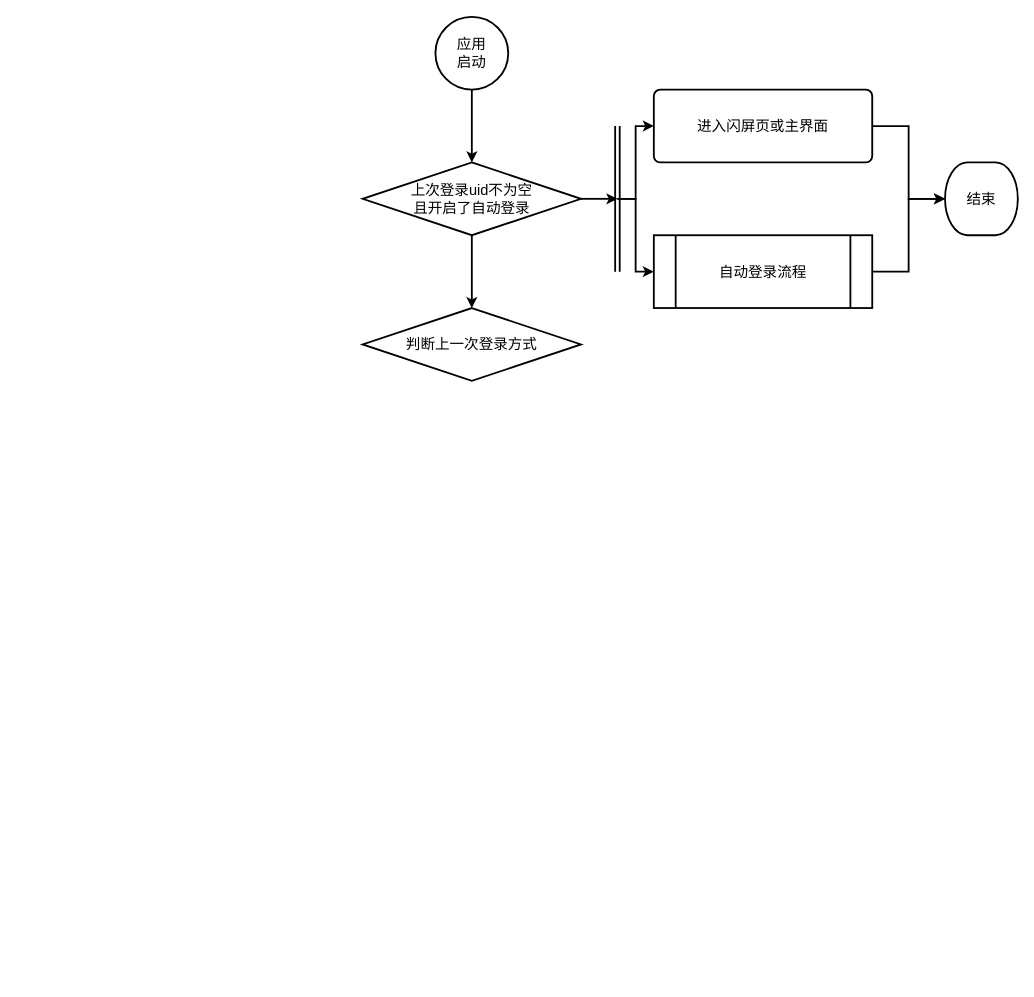
This is 登录梳理 - 保证核心.drawio from Cmdone/Draw.io, a draw.io file, before an edit. Source tidied: cells renumbered, new cells numbered last; positions are measured from the earlier drawing's top-left corner, leaving out a move shared by most shapes. Both pictures are drawn from the tidied source at 91%, with x=0, y=0 at pixel (362, 16).
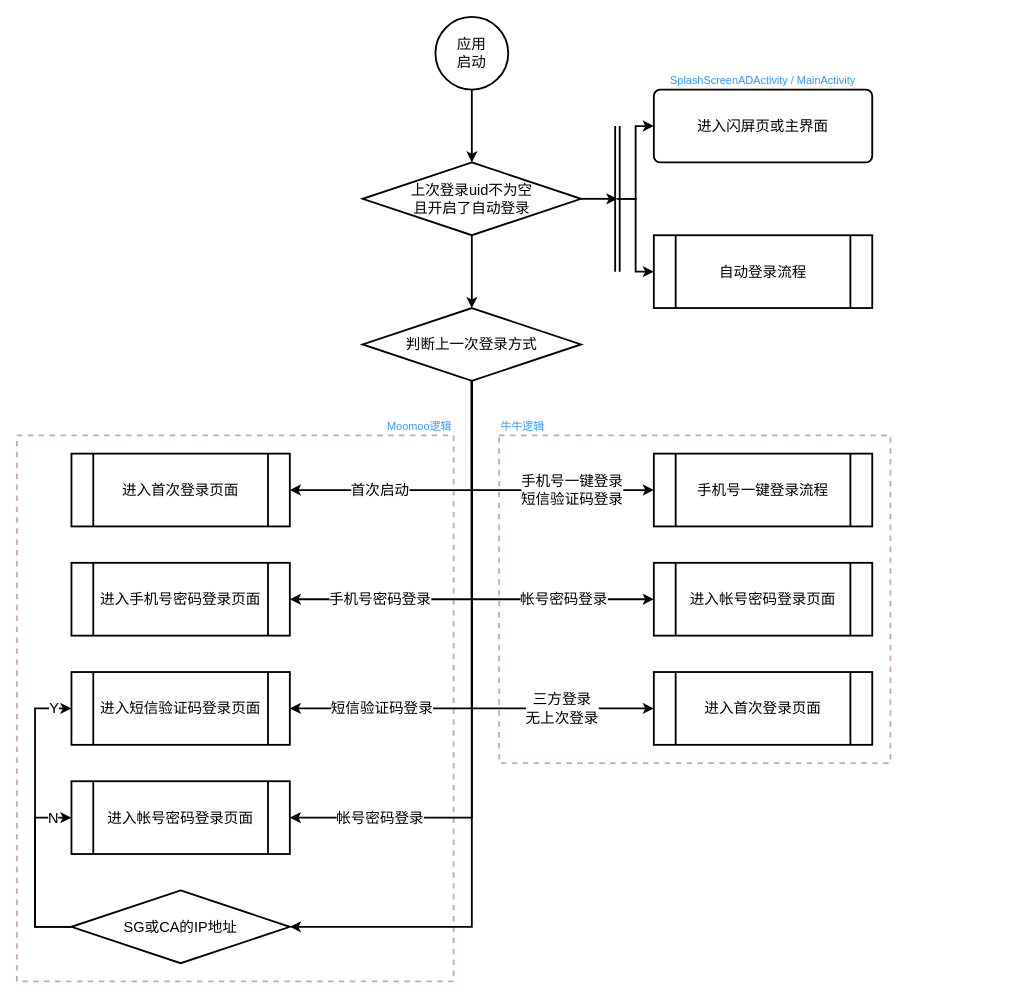
The same page after the edit.

Commit message (it also covers changes not shown here):
Update 登录梳理 - 保证核心.drawio

The change refers to these unchanged cells:
```xml
<mxCell id="8" value="自动登录流程" style="shape=process;whiteSpace=wrap;html=1;backgroundOutline=1;fontSize=16;fillColor=none;strokeWidth=2;" parent="1" vertex="1">
  <mxGeometry x="320" y="240" width="240" height="80" as="geometry" />
</mxCell>
<mxCell id="10" value="进入闪屏页或主界面" style="rounded=1;whiteSpace=wrap;html=1;absoluteArcSize=1;arcSize=14;strokeWidth=2;fontSize=16;fillColor=none;" parent="1" vertex="1">
  <mxGeometry x="320" y="80" width="240" height="80" as="geometry" />
</mxCell>
<mxCell id="15" value="判断上一次登录方式" style="strokeWidth=2;html=1;shape=mxgraph.flowchart.decision;whiteSpace=wrap;fillColor=none;fontSize=16;" parent="1" vertex="1">
  <mxGeometry y="320" width="240" height="80" as="geometry" />
</mxCell>
```

Change to the diagram source:
```diff
@@
+    <mxCell id="16" style="rounded=0;whiteSpace=wrap;html=1;fontSize=16;fontColor=#000000;strokeWidth=2;fillColor=none;dashed=1;strokeColor=#CDA2BE;" parent="1" vertex="1">
+      <mxGeometry x="-380" y="460" width="480" height="600" as="geometry" />
+    </mxCell>
@@
-    <mxCell id="7" style="edgeStyle=orthogonalEdgeStyle;rounded=0;jettySize=auto;html=1;exitX=1;exitY=0.5;exitDx=0;exitDy=0;shadow=0;labelBorderColor=none;fontSize=16;endArrow=classic;endFill=1;entryX=0;entryY=0.5;entryDx=0;entryDy=0;entryPerimeter=0;strokeWidth=2;" parent="1" edge="1" source="8" target="14">
-      <mxGeometry relative="1" as="geometry" />
-    </mxCell>
@@
-    <mxCell id="9" style="edgeStyle=orthogonalEdgeStyle;rounded=0;jettySize=auto;html=1;exitX=1;exitY=0.5;exitDx=0;exitDy=0;entryX=0;entryY=0.5;entryDx=0;entryDy=0;entryPerimeter=0;shadow=0;labelBorderColor=none;fontSize=16;endArrow=classic;endFill=1;strokeWidth=2;" parent="1" edge="1" source="10" target="14">
-      <mxGeometry relative="1" as="geometry" />
-    </mxCell>
@@
-    <mxCell id="14" value="结束" style="strokeWidth=2;html=1;shape=mxgraph.flowchart.terminator;whiteSpace=wrap;fontSize=16;fillColor=none;" parent="1" vertex="1">
-      <mxGeometry x="640" y="160" width="80" height="80" as="geometry" />
-    </mxCell>
+    <mxCell id="17" value="手机号一键登录&lt;br style=&quot;font-size: 16px;&quot;&gt;短信验证码登录" style="edgeStyle=orthogonalEdgeStyle;rounded=0;jettySize=auto;html=1;exitX=0.5;exitY=1;exitDx=0;exitDy=0;exitPerimeter=0;shadow=0;labelBorderColor=none;fontSize=16;fontColor=#000000;endArrow=classic;endFill=1;strokeWidth=2;entryX=0;entryY=0.5;entryDx=0;entryDy=0;" parent="1" edge="1" source="15" target="26">
+      <mxGeometry x="0.44" relative="1" as="geometry">
+        <Array as="points">
+          <mxPoint x="120" y="520" />
+        </Array>
+      </mxGeometry>
+    </mxCell>
+    <mxCell id="18" value="&lt;font color=&quot;#000000&quot; style=&quot;font-size: 16px&quot;&gt;帐号密码登录&lt;/font&gt;" style="edgeStyle=orthogonalEdgeStyle;rounded=0;jettySize=auto;html=1;exitX=0.5;exitY=1;exitDx=0;exitDy=0;exitPerimeter=0;entryX=0;entryY=0.5;entryDx=0;entryDy=0;shadow=0;labelBorderColor=none;fontSize=12;fontColor=#3399FF;endArrow=classic;endFill=1;strokeWidth=2;" parent="1" edge="1" source="15" target="27">
+      <mxGeometry x="0.55" relative="1" as="geometry" />
+    </mxCell>
+    <mxCell id="19" value="&lt;font color=&quot;#000000&quot; style=&quot;font-size: 16px&quot;&gt;三方登录&lt;br&gt;无上次登录&lt;/font&gt;" style="edgeStyle=orthogonalEdgeStyle;rounded=0;jettySize=auto;html=1;exitX=0.5;exitY=1;exitDx=0;exitDy=0;exitPerimeter=0;entryX=0;entryY=0.5;entryDx=0;entryDy=0;shadow=0;labelBorderColor=none;fontSize=12;fontColor=#3399FF;endArrow=classic;endFill=1;strokeWidth=2;" parent="1" edge="1" source="15" target="28">
+      <mxGeometry x="0.64" relative="1" as="geometry">
+        <Array as="points">
+          <mxPoint x="120" y="760" />
+        </Array>
+      </mxGeometry>
+    </mxCell>
+    <mxCell id="20" value="首次启动" style="edgeStyle=orthogonalEdgeStyle;rounded=0;jettySize=auto;html=1;exitX=0.5;exitY=1;exitDx=0;exitDy=0;exitPerimeter=0;shadow=0;labelBackgroundColor=default;labelBorderColor=none;fontSize=16;fontColor=#000000;endArrow=classic;endFill=1;strokeWidth=2;entryX=1;entryY=0.5;entryDx=0;entryDy=0;" parent="1" edge="1" source="15" target="29">
+      <mxGeometry x="0.38" relative="1" as="geometry" />
+    </mxCell>
+    <mxCell id="21" value="手机号密码登录" style="edgeStyle=orthogonalEdgeStyle;rounded=0;jettySize=auto;html=1;exitX=0.5;exitY=1;exitDx=0;exitDy=0;exitPerimeter=0;entryX=1;entryY=0.5;entryDx=0;entryDy=0;shadow=0;labelBackgroundColor=default;labelBorderColor=none;fontSize=16;fontColor=#000000;endArrow=classic;endFill=1;strokeWidth=2;" parent="1" edge="1" source="15" target="30">
+      <mxGeometry x="0.55" relative="1" as="geometry" />
+    </mxCell>
+    <mxCell id="22" value="短信验证码登录" style="edgeStyle=orthogonalEdgeStyle;rounded=0;jettySize=auto;html=1;exitX=0.5;exitY=1;exitDx=0;exitDy=0;exitPerimeter=0;entryX=1;entryY=0.5;entryDx=0;entryDy=0;shadow=0;labelBackgroundColor=default;labelBorderColor=none;fontSize=16;fontColor=#000000;endArrow=classic;endFill=1;strokeWidth=2;" parent="1" edge="1" source="15" target="31">
+      <mxGeometry x="0.64" relative="1" as="geometry" />
+    </mxCell>
+    <mxCell id="23" value="帐号密码登录" style="edgeStyle=orthogonalEdgeStyle;rounded=0;jettySize=auto;html=1;exitX=0.5;exitY=1;exitDx=0;exitDy=0;exitPerimeter=0;entryX=1;entryY=0.5;entryDx=0;entryDy=0;shadow=0;labelBackgroundColor=default;labelBorderColor=none;fontSize=16;fontColor=#000000;endArrow=classic;endFill=1;strokeWidth=2;" parent="1" edge="1" source="15" target="32">
+      <mxGeometry x="0.71" relative="1" as="geometry" />
+    </mxCell>
+    <mxCell id="24" style="edgeStyle=orthogonalEdgeStyle;rounded=0;jettySize=auto;html=1;exitX=0.5;exitY=1;exitDx=0;exitDy=0;exitPerimeter=0;entryX=1;entryY=0.5;entryDx=0;entryDy=0;entryPerimeter=0;shadow=0;labelBackgroundColor=default;labelBorderColor=none;fontSize=16;fontColor=#000000;endArrow=classic;endFill=1;strokeWidth=2;" parent="1" edge="1" source="15" target="35">
+      <mxGeometry relative="1" as="geometry">
+        <Array as="points">
+          <mxPoint x="120" y="1000" />
+        </Array>
+      </mxGeometry>
+    </mxCell>
@@
+    <mxCell id="25" value="SplashScreenADActivity / MainActivity" style="text;html=1;strokeColor=none;fillColor=none;align=center;verticalAlign=middle;whiteSpace=wrap;rounded=0;fontSize=12;fontColor=#3399FF;" parent="1" vertex="1">
+      <mxGeometry x="320" y="60" width="240" height="20" as="geometry" />
+    </mxCell>
+    <mxCell id="26" value="手机号一键登录流程" style="shape=process;whiteSpace=wrap;html=1;backgroundOutline=1;fontSize=16;fillColor=none;strokeWidth=2;" parent="1" vertex="1">
+      <mxGeometry x="320" y="480" width="240" height="80" as="geometry" />
+    </mxCell>
+    <mxCell id="27" value="进入帐号密码登录页面" style="shape=process;whiteSpace=wrap;html=1;backgroundOutline=1;fontSize=16;fillColor=none;strokeWidth=2;" parent="1" vertex="1">
+      <mxGeometry x="320" y="600" width="240" height="80" as="geometry" />
+    </mxCell>
+    <mxCell id="28" value="进入首次登录页面" style="shape=process;whiteSpace=wrap;html=1;backgroundOutline=1;fontSize=16;fillColor=none;strokeWidth=2;" parent="1" vertex="1">
+      <mxGeometry x="320" y="720" width="240" height="80" as="geometry" />
+    </mxCell>
+    <mxCell id="29" value="进入首次登录页面" style="shape=process;whiteSpace=wrap;html=1;backgroundOutline=1;fontSize=16;fillColor=none;strokeWidth=2;" parent="1" vertex="1">
+      <mxGeometry x="-320" y="480" width="240" height="80" as="geometry" />
+    </mxCell>
+    <mxCell id="30" value="进入手机号密码登录页面" style="shape=process;whiteSpace=wrap;html=1;backgroundOutline=1;fontSize=16;fillColor=none;strokeWidth=2;" parent="1" vertex="1">
+      <mxGeometry x="-320" y="600" width="240" height="80" as="geometry" />
+    </mxCell>
+    <mxCell id="31" value="进入短信验证码登录页面" style="shape=process;whiteSpace=wrap;html=1;backgroundOutline=1;fontSize=16;fillColor=none;strokeWidth=2;" parent="1" vertex="1">
+      <mxGeometry x="-320" y="720" width="240" height="80" as="geometry" />
+    </mxCell>
+    <mxCell id="32" value="进入帐号密码登录页面" style="shape=process;whiteSpace=wrap;html=1;backgroundOutline=1;fontSize=16;fillColor=none;strokeWidth=2;" parent="1" vertex="1">
+      <mxGeometry x="-320" y="840" width="240" height="80" as="geometry" />
+    </mxCell>
+    <mxCell id="33" value="N" style="edgeStyle=orthogonalEdgeStyle;rounded=0;jettySize=auto;html=1;exitX=0;exitY=0.5;exitDx=0;exitDy=0;exitPerimeter=0;entryX=0;entryY=0.5;entryDx=0;entryDy=0;shadow=0;labelBackgroundColor=default;labelBorderColor=none;fontSize=16;fontColor=#000000;endArrow=classic;endFill=1;strokeWidth=2;" parent="1" edge="1" source="35" target="32">
+      <mxGeometry x="0.8" relative="1" as="geometry">
+        <Array as="points">
+          <mxPoint x="-360" y="1000" />
+          <mxPoint x="-360" y="880" />
+        </Array>
+      </mxGeometry>
+    </mxCell>
+    <mxCell id="34" value="Y" style="edgeStyle=orthogonalEdgeStyle;rounded=0;jettySize=auto;html=1;exitX=0;exitY=0.5;exitDx=0;exitDy=0;exitPerimeter=0;entryX=0;entryY=0.5;entryDx=0;entryDy=0;shadow=0;labelBackgroundColor=default;labelBorderColor=none;fontSize=16;fontColor=#000000;endArrow=classic;endFill=1;strokeWidth=2;" parent="1" edge="1" source="35" target="31">
+      <mxGeometry x="0.88" relative="1" as="geometry">
+        <Array as="points">
+          <mxPoint x="-360" y="1000" />
+          <mxPoint x="-360" y="760" />
+        </Array>
+      </mxGeometry>
+    </mxCell>
+    <mxCell id="35" value="SG或CA的IP地址" style="strokeWidth=2;html=1;shape=mxgraph.flowchart.decision;whiteSpace=wrap;fillColor=none;fontSize=16;" parent="1" vertex="1">
+      <mxGeometry x="-320" y="960" width="240" height="80" as="geometry" />
+    </mxCell>
+    <mxCell id="36" value="Moomoo逻辑" style="text;html=1;strokeColor=none;fillColor=none;align=right;verticalAlign=middle;whiteSpace=wrap;rounded=0;fontSize=12;fontColor=#3399FF;" parent="1" vertex="1">
+      <mxGeometry x="-140" y="440" width="240" height="20" as="geometry" />
+    </mxCell>
+    <mxCell id="37" value="牛牛逻辑" style="text;html=1;strokeColor=none;fillColor=none;align=left;verticalAlign=middle;whiteSpace=wrap;rounded=0;fontSize=12;fontColor=#3399FF;" parent="1" vertex="1">
+      <mxGeometry x="150" y="440" width="240" height="20" as="geometry" />
+    </mxCell>
+    <mxCell id="38" style="rounded=0;whiteSpace=wrap;html=1;fontSize=16;fontColor=#000000;strokeWidth=2;fillColor=none;dashed=1;strokeColor=#CDA2BE;" parent="1" vertex="1">
+      <mxGeometry x="150" y="460" width="430" height="360" as="geometry" />
+    </mxCell>
```
